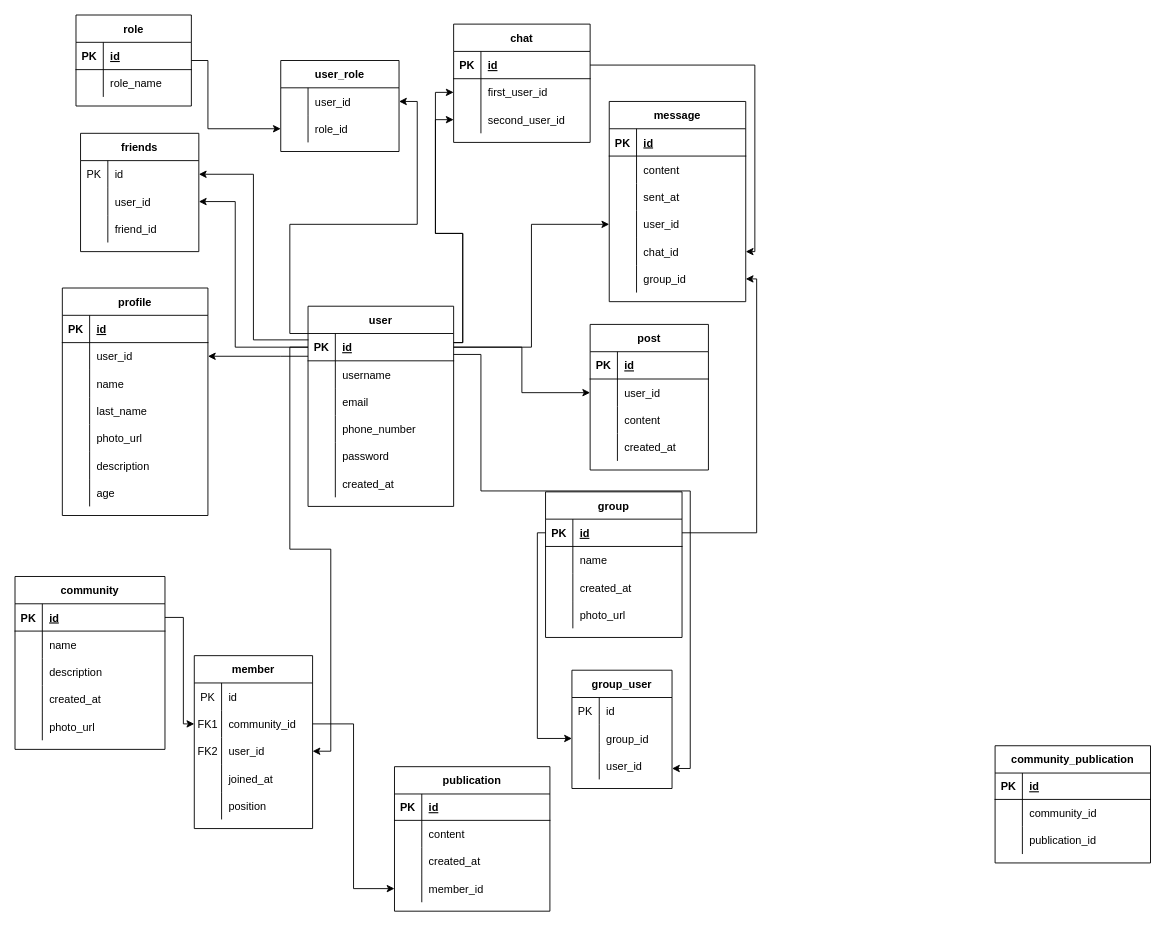
andrei1910bl/bulavski_andrei_final keeps this draw.io diagram as src/main/resources/socialnetwork.drawio. Above is the earlier version. Source tidied: cells renumbered, new cells numbered last; positions are measured from the earlier drawing's top-left corner, leaving out a move shared by most shapes. Both pictures are drawn from the tidied source at 91%, with x=0, y=0 at pixel (15, 15).
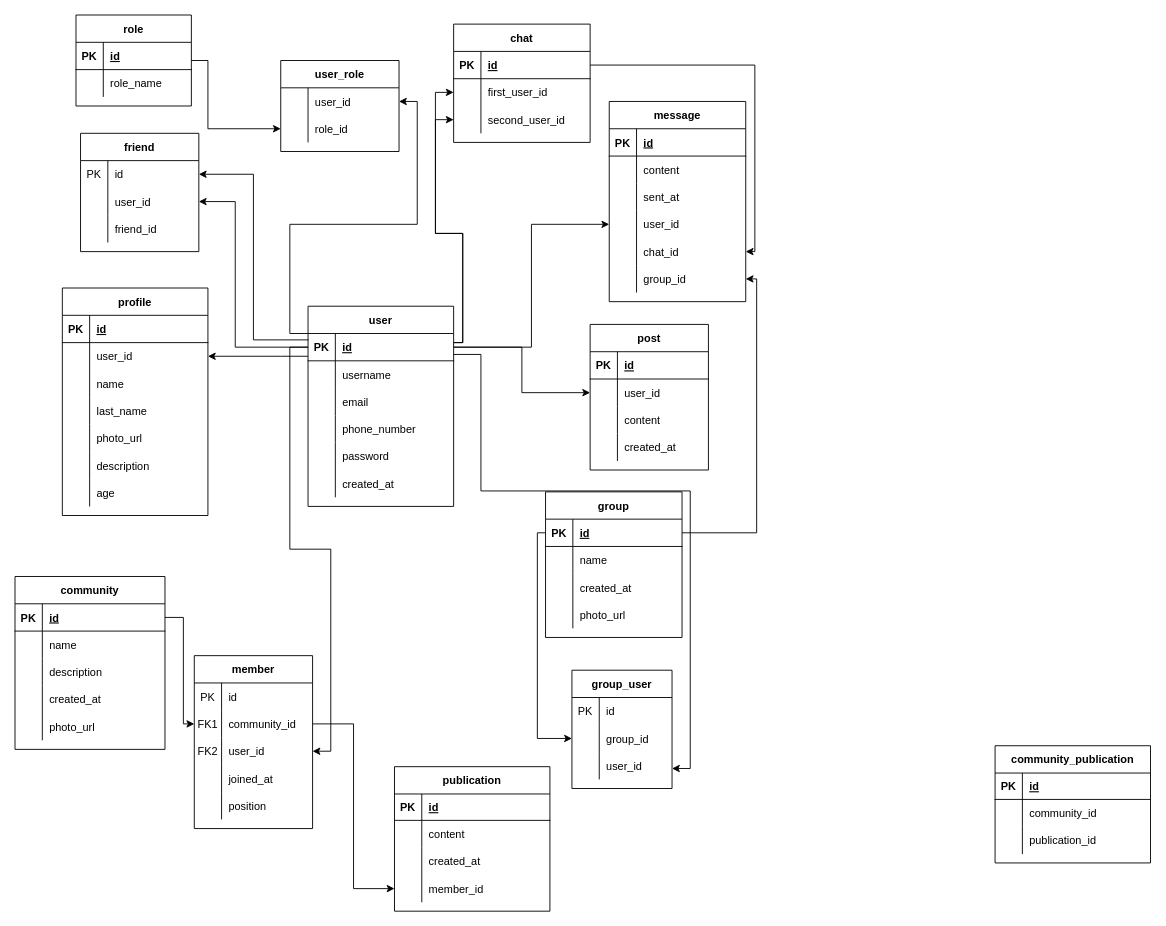
After the change.

What changed in the source:
```diff
@@
-    <mxCell id="61" value="friends" style="shape=table;startSize=30;childLayout=tableLayout;rowLines=0;fontStyle=1;align=center;" parent="1" vertex="1">
+    <mxCell id="61" value="friend" style="shape=table;startSize=30;childLayout=tableLayout;rowLines=0;fontStyle=1;align=center;" parent="1" vertex="1">
       <mxGeometry x="72" y="130" width="130" height="130" as="geometry" />
     </mxCell>
```
